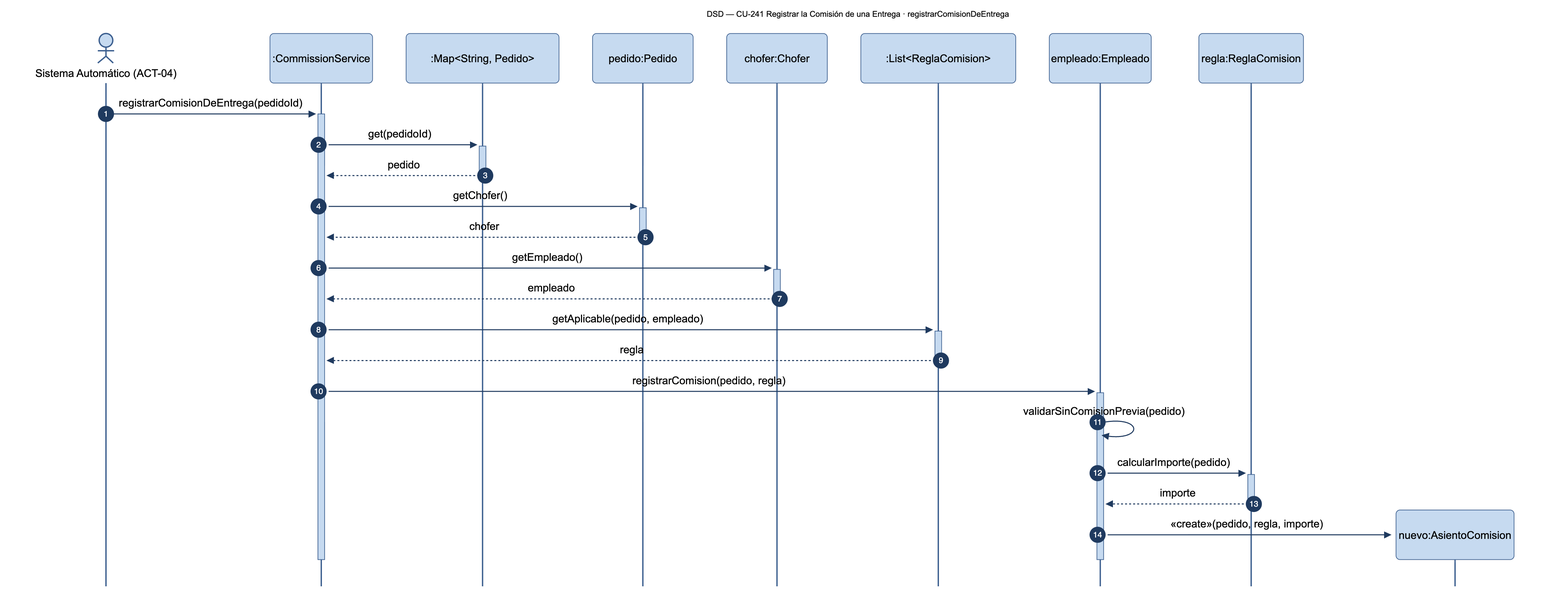
Before: diagramas/png/DSD_CU-241_registrarComisionDeEntrega.png, a diagram exported from Mermaid (Nahuelito-Dev/splg-docs). Its source is kept beside it as diagramas/DSD_CU-241_registrarComisionDeEntrega.mmd. Source of this version:
```mermaid
sequenceDiagram
    title DSD — CU-241 Registrar la Comisión de una Entrega · registrarComisionDeEntrega
    autonumber
    actor SAU as Sistema Automático (ACT-04)
    participant SRV as :CommissionService
    participant PEDS as :Map#lt;String, Pedido#gt;
    participant PED as pedido:Pedido
    participant CHF as chofer:Chofer
    participant REGS as :List#lt;ReglaComision#gt;
    participant EMP as empleado:Empleado
    participant REG as regla:ReglaComision

    SAU->>+SRV: registrarComisionDeEntrega(pedidoId)
    SRV->>+PEDS: get(pedidoId)
    PEDS-->>-SRV: pedido
    SRV->>+PED: getChofer()
    PED-->>-SRV: chofer
    SRV->>+CHF: getEmpleado()
    CHF-->>-SRV: empleado
    SRV->>+REGS: getAplicable(pedido, empleado)
    REGS-->>-SRV: regla
    SRV->>+EMP: registrarComision(pedido, regla)
    EMP->>EMP: validarSinComisionPrevia(pedido)
    EMP->>+REG: calcularImporte(pedido)
    REG-->>-EMP: importe
    create participant NAC as nuevo:AsientoComision
    EMP->>NAC: «create»(pedido, regla, importe)
    deactivate EMP
    deactivate SRV
```
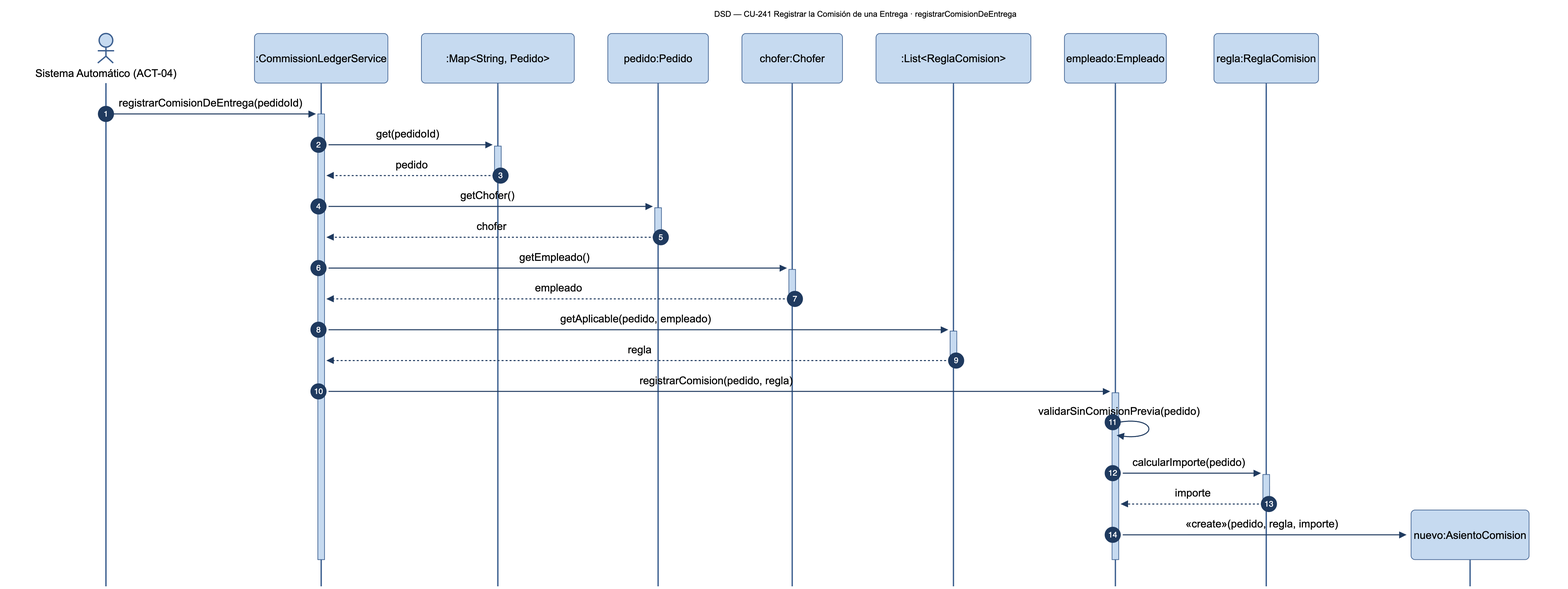
After the change.

The edit, as a diff of the source:
```diff
@@ -2,7 +2,7 @@
     title DSD — CU-241 Registrar la Comisión de una Entrega · registrarComisionDeEntrega
     autonumber
     actor SAU as Sistema Automático (ACT-04)
-    participant SRV as :CommissionService
+    participant SRV as :CommissionLedgerService
     participant PEDS as :Map#lt;String, Pedido#gt;
     participant PED as pedido:Pedido
     participant CHF as chofer:Chofer
```
